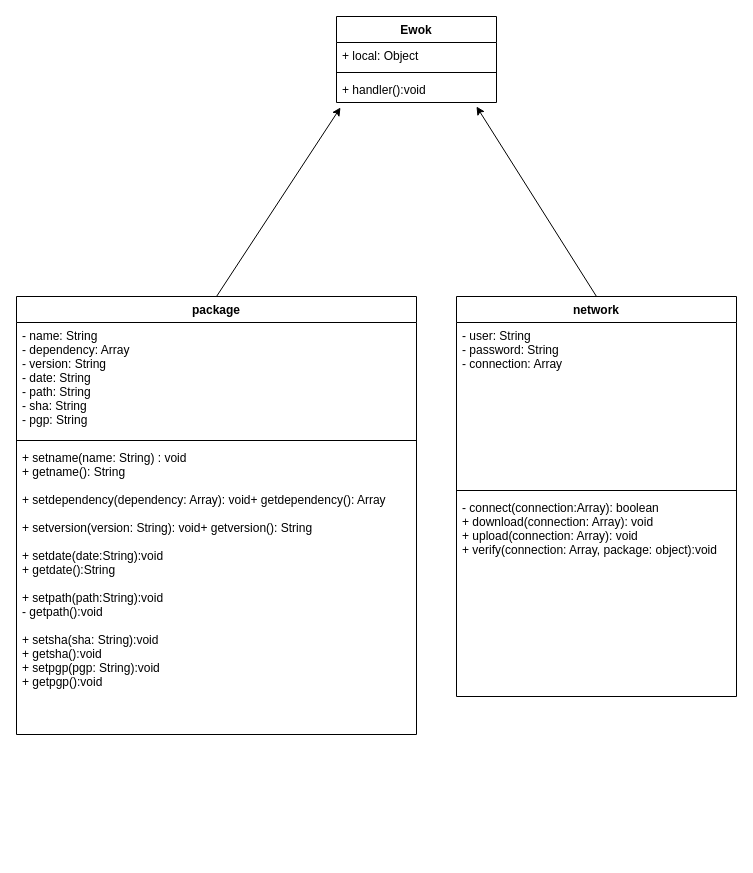
cachcj/rion keeps this draw.io diagram as docs/Diagramme/Klassendiagramm.drawio. Above is the earlier version. Source tidied: cells renumbered, new cells numbered last; positions are measured from the earlier drawing's top-left corner, leaving out a move shared by most shapes. Both pictures are drawn from the tidied source at 100%, with x=0, y=0 at pixel (16, 16).
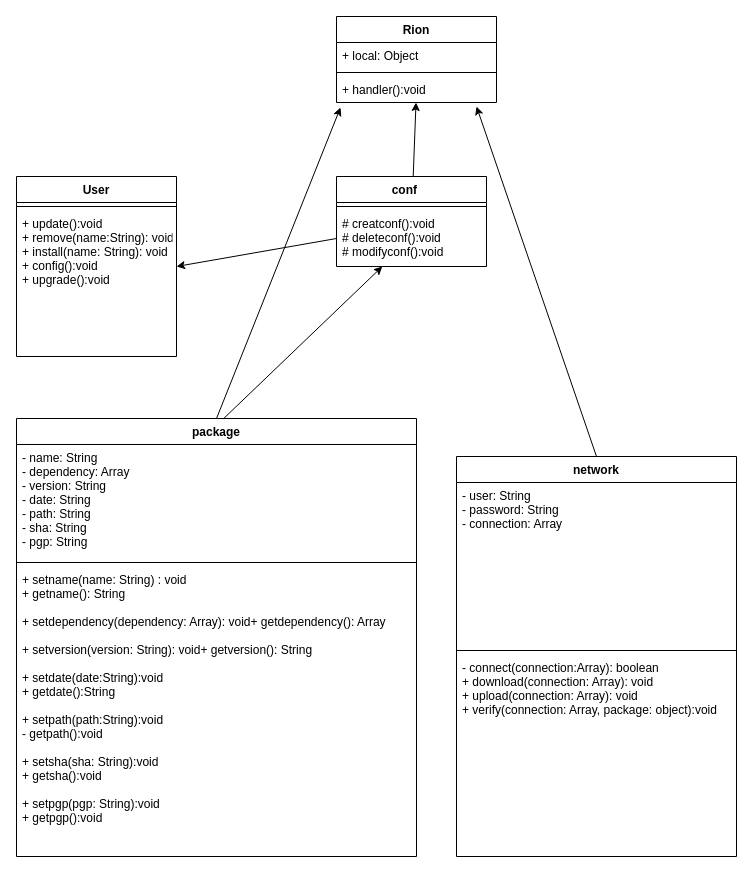
The same diagram, later.

Unchanged cells that the change refers to:
```xml
<mxCell id="14" value="+ handler():void" style="text;strokeColor=none;fillColor=none;align=left;verticalAlign=top;spacingLeft=4;spacingRight=4;overflow=hidden;points=[[0,0.5],[1,0.5]];portConstraint=eastwest;" parent="11" vertex="1">
  <mxGeometry y="60" width="160" height="26" as="geometry" />
</mxCell>
```

What changed in the source:
```diff
@@
-<mxGraphModel>
+<mxGraphModel background="#ffffff">
@@
     <mxCell id="2" value="package" style="swimlane;fontStyle=1;align=center;verticalAlign=top;horizontal=1;startSize=26;" parent="1" vertex="1">
-      <mxGeometry y="280" width="400" height="438" as="geometry" />
+      <mxGeometry y="402" width="400" height="438" as="geometry" />
     </mxCell>
@@
-    <mxCell id="5" value="+ setname(name: String) : void&#10;+ getname(): String&#10;&#10;+ setdependency(dependency: Array): void+ getdependency(): Array&#10;&#10;+ setversion(version: String): void+ getversion(): String&#10;&#10;+ setdate(date:String):void&#10;+ getdate():String&#10;&#10;+ setpath(path:String):void&#10;- getpath():void &#10;&#10;+ setsha(sha: String):void&#10;+ getsha():void&#10;+ setpgp(pgp: String):void&#10;+ getpgp():void&#10;" style="text;strokeColor=none;fillColor=none;align=left;verticalAlign=top;spacingLeft=4;spacingRight=4;overflow=hidden;" parent="2" vertex="1">
+    <mxCell id="5" value="+ setname(name: String) : void&#10;+ getname(): String&#10;&#10;+ setdependency(dependency: Array): void+ getdependency(): Array&#10;&#10;+ setversion(version: String): void+ getversion(): String&#10;&#10;+ setdate(date:String):void&#10;+ getdate():String&#10;&#10;+ setpath(path:String):void&#10;- getpath():void &#10;&#10;+ setsha(sha: String):void&#10;+ getsha():void&#10;&#10;+ setpgp(pgp: String):void&#10;+ getpgp():void&#10;" style="text;strokeColor=none;fillColor=none;align=left;verticalAlign=top;spacingLeft=4;spacingRight=4;overflow=hidden;" parent="2" vertex="1">
       <mxGeometry y="148" width="400" height="290" as="geometry" />
     </mxCell>
@@
     <mxCell id="7" value="network" style="swimlane;fontStyle=1;align=center;verticalAlign=top;horizontal=1;startSize=26;" parent="1" vertex="1">
-      <mxGeometry x="440" y="280" width="280" height="400" as="geometry" />
+      <mxGeometry x="440" y="440" width="280" height="400" as="geometry" />
     </mxCell>
@@
-    <mxCell id="11" value="Ewok&#10;" style="swimlane;fontStyle=1;align=center;verticalAlign=top;horizontal=1;startSize=26;" parent="1" vertex="1">
+    <mxCell id="11" value="Rion" style="swimlane;fontStyle=1;align=center;verticalAlign=top;horizontal=1;startSize=26;" parent="1" vertex="1">
       <mxGeometry x="320" width="160" height="86" as="geometry" />
     </mxCell>
@@
+    <mxCell id="17" value="conf    " style="swimlane;fontStyle=1;align=center;verticalAlign=top;horizontal=1;startSize=26;" parent="1" vertex="1">
+      <mxGeometry x="320" y="160" width="150" height="90" as="geometry" />
+    </mxCell>
+    <mxCell id="18" style="line;strokeWidth=1;fillColor=none;align=left;verticalAlign=middle;spacingTop=-1;spacingLeft=3;spacingRight=3;labelPosition=right;" parent="17" vertex="1">
+      <mxGeometry y="26" width="150" height="8" as="geometry" />
+    </mxCell>
+    <mxCell id="19" value="# creatconf():void&#10;# deleteconf():void&#10;# modifyconf():void&#10;&#10;" style="text;strokeColor=none;fillColor=none;align=left;verticalAlign=top;spacingLeft=4;spacingRight=4;overflow=hidden;points=[[0,0.5],[1,0.5]];portConstraint=eastwest;" parent="17" vertex="1">
+      <mxGeometry y="34" width="150" height="56" as="geometry" />
+    </mxCell>
+    <mxCell id="20" style="endArrow=classic;html=1;rounded=0;exitX=0.518;exitY=0;exitDx=0;exitDy=0;exitPerimeter=0;" parent="1" edge="1" source="2" target="19">
+      <mxGeometry relative="1" as="geometry" />
+    </mxCell>
+    <mxCell id="21" style="endArrow=classic;html=1;rounded=0;" parent="1" edge="1" source="17" target="14">
+      <mxGeometry relative="1" as="geometry" />
+    </mxCell>
+    <mxCell id="22" value="User" style="swimlane;fontStyle=1;align=center;verticalAlign=top;horizontal=1;startSize=26;" parent="1" vertex="1">
+      <mxGeometry y="160" width="160" height="180" as="geometry" />
+    </mxCell>
+    <mxCell id="23" style="line;strokeWidth=1;fillColor=none;align=left;verticalAlign=middle;spacingTop=-1;spacingLeft=3;spacingRight=3;labelPosition=right;" parent="22" vertex="1">
+      <mxGeometry y="26" width="160" height="8" as="geometry" />
+    </mxCell>
+    <mxCell id="24" value="+ update():void&#10;+ remove(name:String): void&#10;+ install(name: String): void&#10;+ config():void&#10;+ upgrade():void&#10;&#10;" style="text;strokeColor=none;fillColor=none;align=left;verticalAlign=top;spacingLeft=4;spacingRight=4;overflow=hidden;" parent="22" vertex="1">
+      <mxGeometry y="34" width="160" height="146" as="geometry" />
+    </mxCell>
+    <mxCell id="25" style="endArrow=classic;html=1;rounded=0;exitX=0;exitY=0.5;exitDx=0;exitDy=0;entryX=1;entryY=0.5;entryDx=0;entryDy=0;" parent="1" edge="1" source="19" target="22">
+      <mxGeometry relative="1" as="geometry" />
+    </mxCell>
```
